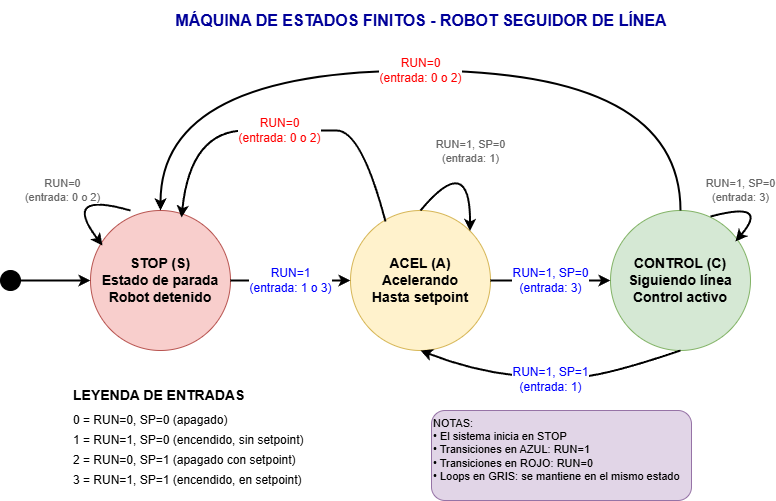
The draw.io diagram docs/fsm_diagram.png in 2025-FIE-Micro/Seguidor-de-Linea, before a commit. Source tidied: cells renumbered, new cells last; positions are measured from the earlier drawing's top-left corner, leaving out a move shared by most shapes. Its diagram source:
```xml
<mxGraphModel>
  <root>
    <mxCell id="0" />
    <mxCell id="1" parent="0" />
    <mxCell id="2" value="STOP (S)&#10;Estado de parada&#10;Robot detenido" style="ellipse;whiteSpace=wrap;html=1;fillColor=#f8cecc;strokeColor=#b85450;fontSize=14;fontStyle=1;" parent="1" vertex="1">
      <mxGeometry x="90" y="210" width="140" height="140" as="geometry" />
    </mxCell>
    <mxCell id="3" value="ACEL (A)&#10;Acelerando&#10;Hasta setpoint" style="ellipse;whiteSpace=wrap;html=1;fillColor=#fff2cc;strokeColor=#d6b656;fontSize=14;fontStyle=1;" parent="1" vertex="1">
      <mxGeometry x="350" y="210" width="140" height="140" as="geometry" />
    </mxCell>
    <mxCell id="4" value="CONTROL (C)&#10;Siguiendo línea&#10;Control activo" style="ellipse;whiteSpace=wrap;html=1;fillColor=#d5e8d4;strokeColor=#82b366;fontSize=14;fontStyle=1;" parent="1" vertex="1">
      <mxGeometry x="610" y="210" width="140" height="140" as="geometry" />
    </mxCell>
    <mxCell id="5" style="ellipse;whiteSpace=wrap;html=1;fillColor=#000000;strokeColor=#000000;" parent="1" vertex="1">
      <mxGeometry y="270" width="20" height="20" as="geometry" />
    </mxCell>
    <mxCell id="6" style="endArrow=classic;html=1;exitX=1;exitY=0.5;exitDx=0;exitDy=0;entryX=0;entryY=0.5;entryDx=0;entryDy=0;strokeWidth=2;" parent="1" edge="1" source="5" target="2">
      <mxGeometry relative="1" as="geometry" />
    </mxCell>
    <mxCell id="7" value="RUN=1&#10;(entrada: 1 o 3)" style="endArrow=classic;html=1;exitX=1;exitY=0.5;exitDx=0;exitDy=0;entryX=0;entryY=0.5;entryDx=0;entryDy=0;strokeWidth=2;fontSize=12;fontColor=#0000FF;" parent="1" edge="1" source="2" target="3">
      <mxGeometry relative="1" as="geometry" />
    </mxCell>
    <mxCell id="8" value="RUN=1, SP=0&lt;br&gt;(entrada: 3)" style="endArrow=classic;html=1;exitX=1;exitY=0.5;exitDx=0;exitDy=0;entryX=0;entryY=0.5;entryDx=0;entryDy=0;strokeWidth=2;fontSize=12;fontColor=#0000FF;" parent="1" edge="1" source="3" target="4">
      <mxGeometry relative="1" as="geometry" />
    </mxCell>
    <mxCell id="9" value="RUN=0&#10;(entrada: 0 o 2)" style="endArrow=classic;html=1;exitX=0.25;exitY=0.079;exitDx=0;exitDy=0;entryX=0.65;entryY=0.05;entryDx=0;entryDy=0;strokeWidth=2;fontSize=12;fontColor=#FF0000;curved=1;entryPerimeter=0;exitPerimeter=0;" parent="1" edge="1" source="3" target="2">
      <mxGeometry relative="1" as="geometry">
        <Array as="points">
          <mxPoint x="361" y="130" />
          <mxPoint x="311" y="130" />
          <mxPoint x="300" y="130" />
          <mxPoint x="190" y="130" />
        </Array>
      </mxGeometry>
    </mxCell>
    <mxCell id="10" value="RUN=0&#10;(entrada: 0 o 2)" style="endArrow=classic;html=1;exitX=0.5;exitY=0;exitDx=0;exitDy=0;entryX=0.5;entryY=0;entryDx=0;entryDy=0;strokeWidth=2;fontSize=12;fontColor=#FF0000;curved=1;" parent="1" edge="1" source="4" target="2">
      <mxGeometry relative="1" as="geometry">
        <Array as="points">
          <mxPoint x="680" y="70" />
          <mxPoint x="160" y="70" />
        </Array>
      </mxGeometry>
    </mxCell>
    <mxCell id="11" value="RUN=1, SP=1&lt;br&gt;(entrada: 1)" style="endArrow=classic;html=1;exitX=0.5;exitY=1;exitDx=0;exitDy=0;entryX=0.5;entryY=1;entryDx=0;entryDy=0;strokeWidth=2;fontSize=12;fontColor=#0000FF;curved=1;" parent="1" edge="1" source="4" target="3">
      <mxGeometry relative="1" as="geometry">
        <Array as="points">
          <mxPoint x="621" y="370" />
          <mxPoint x="561" y="380" />
          <mxPoint x="471" y="370" />
        </Array>
      </mxGeometry>
    </mxCell>
    <mxCell id="12" value="RUN=0&#10;(entrada: 0 o 2)" style="endArrow=classic;html=1;entryX=0.086;entryY=0.25;entryDx=0;entryDy=0;strokeWidth=2;fontSize=11;fontColor=#666666;curved=1;entryPerimeter=0;" parent="1" edge="1" target="2">
      <mxGeometry relative="1" as="geometry">
        <mxPoint x="130" y="210" as="sourcePoint" />
        <Array as="points">
          <mxPoint x="60" y="190" />
        </Array>
      </mxGeometry>
    </mxCell>
    <mxCell id="13" value="RUN=1, SP=0&#10;(entrada: 1)" style="endArrow=classic;html=1;exitX=0.5;exitY=0;exitDx=0;exitDy=0;entryX=1;entryY=0;entryDx=0;entryDy=0;strokeWidth=2;fontSize=11;fontColor=#666666;curved=1;" parent="1" edge="1" source="3" target="3">
      <mxGeometry relative="1" as="geometry">
        <Array as="points">
          <mxPoint x="470" y="150" />
        </Array>
      </mxGeometry>
    </mxCell>
    <mxCell id="14" value="RUN=1, SP=0&lt;br&gt;(entrada: 3)" style="endArrow=classic;html=1;exitX=0.714;exitY=0.043;exitDx=0;exitDy=0;entryX=0.893;entryY=0.221;entryDx=0;entryDy=0;strokeWidth=2;fontSize=11;fontColor=#666666;curved=1;exitPerimeter=0;entryPerimeter=0;" parent="1" edge="1" source="4" target="4">
      <mxGeometry x="-0.38" y="17" relative="1" as="geometry">
        <Array as="points">
          <mxPoint x="770" y="200" />
        </Array>
      </mxGeometry>
    </mxCell>
    <mxCell id="15" value="LEYENDA DE ENTRADAS" style="text;html=1;strokeColor=none;fillColor=none;align=left;verticalAlign=middle;whiteSpace=wrap;rounded=0;fontSize=14;fontStyle=1;" parent="1" vertex="1">
      <mxGeometry x="71" y="380" width="200" height="30" as="geometry" />
    </mxCell>
    <mxCell id="16" value="0 = RUN=0, SP=0 (apagado)" style="text;html=1;strokeColor=none;fillColor=none;align=left;verticalAlign=middle;whiteSpace=wrap;rounded=0;fontSize=12;" parent="1" vertex="1">
      <mxGeometry x="71" y="410" width="250" height="20" as="geometry" />
    </mxCell>
    <mxCell id="17" value="1 = RUN=1, SP=0 (encendido, sin setpoint)" style="text;html=1;strokeColor=none;fillColor=none;align=left;verticalAlign=middle;whiteSpace=wrap;rounded=0;fontSize=12;" parent="1" vertex="1">
      <mxGeometry x="71" y="430" width="300" height="20" as="geometry" />
    </mxCell>
    <mxCell id="18" value="2 = RUN=0, SP=1 (apagado con setpoint)" style="text;html=1;strokeColor=none;fillColor=none;align=left;verticalAlign=middle;whiteSpace=wrap;rounded=0;fontSize=12;" parent="1" vertex="1">
      <mxGeometry x="71" y="450" width="300" height="20" as="geometry" />
    </mxCell>
    <mxCell id="19" value="3 = RUN=1, SP=1 (encendido, en setpoint)" style="text;html=1;strokeColor=none;fillColor=none;align=left;verticalAlign=middle;whiteSpace=wrap;rounded=0;fontSize=12;" parent="1" vertex="1">
      <mxGeometry x="71" y="470" width="300" height="20" as="geometry" />
    </mxCell>
    <mxCell id="20" value="MÁQUINA DE ESTADOS FINITOS - ROBOT SEGUIDOR DE LÍNEA" style="text;html=1;strokeColor=none;fillColor=none;align=center;verticalAlign=middle;whiteSpace=wrap;rounded=0;fontSize=16;fontStyle=1;fontColor=#000099;" parent="1" vertex="1">
      <mxGeometry x="91" width="660" height="40" as="geometry" />
    </mxCell>
    <mxCell id="21" value="NOTAS:&#10;• El sistema inicia en STOP&#10;• Transiciones en AZUL: RUN=1&#10;• Transiciones en ROJO: RUN=0&#10;• Loops en GRIS: se mantiene en el mismo estado" style="rounded=1;whiteSpace=wrap;html=1;fontSize=11;align=left;verticalAlign=top;fillColor=#e1d5e7;strokeColor=#9673a6;" parent="1" vertex="1">
      <mxGeometry x="431" y="410" width="260" height="90" as="geometry" />
    </mxCell>
  </root>
</mxGraphModel>
```
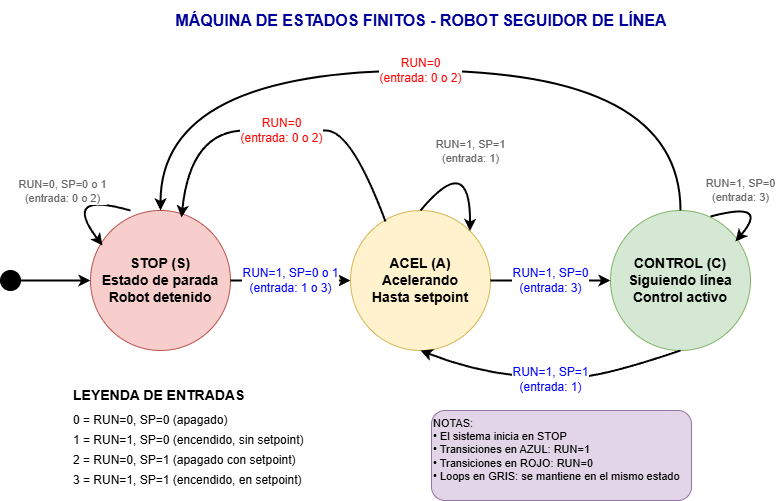
The same diagram one commit later.

Commit message:
typo en el diagrama

The edit, as a diff of the source:
```diff
@@ -17,17 +17,16 @@
     <mxCell id="6" style="endArrow=classic;html=1;exitX=1;exitY=0.5;exitDx=0;exitDy=0;entryX=0;entryY=0.5;entryDx=0;entryDy=0;strokeWidth=2;" parent="1" edge="1" source="5" target="2">
       <mxGeometry relative="1" as="geometry" />
     </mxCell>
-    <mxCell id="7" value="RUN=1&#10;(entrada: 1 o 3)" style="endArrow=classic;html=1;exitX=1;exitY=0.5;exitDx=0;exitDy=0;entryX=0;entryY=0.5;entryDx=0;entryDy=0;strokeWidth=2;fontSize=12;fontColor=#0000FF;" parent="1" edge="1" source="2" target="3">
+    <mxCell id="7" value="RUN=1, SP=0 o 1&lt;br&gt;(entrada: 1 o 3)" style="endArrow=classic;html=1;exitX=1;exitY=0.5;exitDx=0;exitDy=0;entryX=0;entryY=0.5;entryDx=0;entryDy=0;strokeWidth=2;fontSize=12;fontColor=#0000FF;" parent="1" edge="1" source="2" target="3">
       <mxGeometry relative="1" as="geometry" />
     </mxCell>
     <mxCell id="8" value="RUN=1, SP=0&lt;br&gt;(entrada: 3)" style="endArrow=classic;html=1;exitX=1;exitY=0.5;exitDx=0;exitDy=0;entryX=0;entryY=0.5;entryDx=0;entryDy=0;strokeWidth=2;fontSize=12;fontColor=#0000FF;" parent="1" edge="1" source="3" target="4">
       <mxGeometry relative="1" as="geometry" />
     </mxCell>
     <mxCell id="9" value="RUN=0&#10;(entrada: 0 o 2)" style="endArrow=classic;html=1;exitX=0.25;exitY=0.079;exitDx=0;exitDy=0;entryX=0.65;entryY=0.05;entryDx=0;entryDy=0;strokeWidth=2;fontSize=12;fontColor=#FF0000;curved=1;entryPerimeter=0;exitPerimeter=0;" parent="1" edge="1" source="3" target="2">
-      <mxGeometry relative="1" as="geometry">
+      <mxGeometry x="-0.03" relative="1" as="geometry">
         <Array as="points">
-          <mxPoint x="361" y="130" />
-          <mxPoint x="311" y="130" />
+          <mxPoint x="351" y="130" />
           <mxPoint x="300" y="130" />
           <mxPoint x="190" y="130" />
         </Array>
@@ -50,7 +49,7 @@
         </Array>
       </mxGeometry>
     </mxCell>
-    <mxCell id="12" value="RUN=0&#10;(entrada: 0 o 2)" style="endArrow=classic;html=1;entryX=0.086;entryY=0.25;entryDx=0;entryDy=0;strokeWidth=2;fontSize=11;fontColor=#666666;curved=1;entryPerimeter=0;" parent="1" edge="1" target="2">
+    <mxCell id="12" value="RUN=0, SP=0 o 1&lt;br&gt;(entrada: 0 o 2)" style="endArrow=classic;html=1;entryX=0.086;entryY=0.25;entryDx=0;entryDy=0;strokeWidth=2;fontSize=11;fontColor=#666666;curved=1;entryPerimeter=0;" parent="1" edge="1" target="2">
       <mxGeometry relative="1" as="geometry">
         <mxPoint x="130" y="210" as="sourcePoint" />
         <Array as="points">
@@ -58,7 +57,7 @@
         </Array>
       </mxGeometry>
     </mxCell>
-    <mxCell id="13" value="RUN=1, SP=0&#10;(entrada: 1)" style="endArrow=classic;html=1;exitX=0.5;exitY=0;exitDx=0;exitDy=0;entryX=1;entryY=0;entryDx=0;entryDy=0;strokeWidth=2;fontSize=11;fontColor=#666666;curved=1;" parent="1" edge="1" source="3" target="3">
+    <mxCell id="13" value="RUN=1, SP=1&lt;br&gt;(entrada: 1)" style="endArrow=classic;html=1;exitX=0.5;exitY=0;exitDx=0;exitDy=0;entryX=1;entryY=0;entryDx=0;entryDy=0;strokeWidth=2;fontSize=11;fontColor=#666666;curved=1;" parent="1" edge="1" source="3" target="3">
       <mxGeometry relative="1" as="geometry">
         <Array as="points">
           <mxPoint x="470" y="150" />
```
